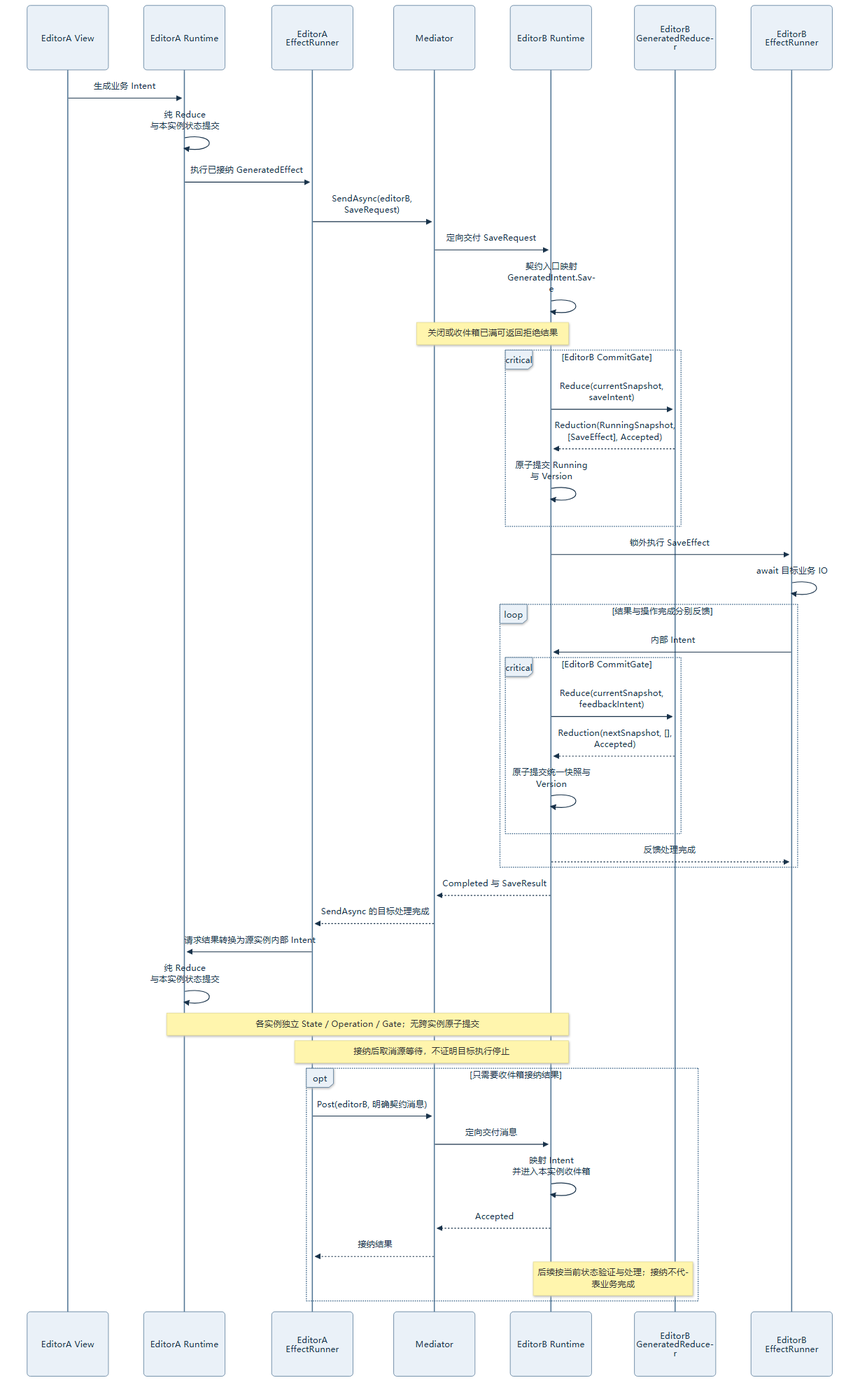
Above: docs/mvi-next/diagrams/mediator-sequence.png in MiKiNuo/MVI (Mermaid), before the change. Its source is kept beside it as docs/mvi-next/diagrams/mediator-sequence.mmd. Its diagram source:
```mermaid
sequenceDiagram
    participant View as EditorA View
    participant Source as EditorA Runtime
    participant SourceRunner as EditorA EffectRunner
    participant Mediator as Mediator
    participant Target as EditorB Runtime
    participant Reducer as EditorB GeneratedReducer
    participant TargetRunner as EditorB EffectRunner

    View->>Source: 生成业务 Intent
    Source->>Source: 纯 Reduce 与本实例状态提交
    Source->>SourceRunner: 执行已接纳 GeneratedEffect
    SourceRunner->>Mediator: SendAsync(editorB, SaveRequest)
    Mediator->>Target: 定向交付 SaveRequest
    Target->>Target: 契约入口映射 GeneratedIntent.Save
    Note over Mediator,Target: 关闭或收件箱已满可返回拒绝结果
    critical EditorB CommitGate
        Target->>Reducer: Reduce(currentSnapshot, saveIntent)
        Reducer-->>Target: Reduction(RunningSnapshot, [SaveEffect], Accepted)
        Target->>Target: 原子提交 Running 与 Version
    end
    Target->>TargetRunner: 锁外执行 SaveEffect
    TargetRunner->>TargetRunner: await 目标业务 IO
    loop 结果与操作完成分别反馈
        TargetRunner->>Target: 内部 Intent
        critical EditorB CommitGate
            Target->>Reducer: Reduce(currentSnapshot, feedbackIntent)
            Reducer-->>Target: Reduction(nextSnapshot, [], Accepted)
            Target->>Target: 原子提交统一快照与 Version
        end
        Target-->>TargetRunner: 反馈处理完成
    end
    Target-->>Mediator: Completed 与 SaveResult
    Mediator-->>SourceRunner: SendAsync 的目标处理完成
    SourceRunner->>Source: 请求结果转换为源实例内部 Intent
    Source->>Source: 纯 Reduce 与本实例状态提交
    Note over Source,Target: 各实例独立 State / Operation / Gate；无跨实例原子提交
    Note over SourceRunner,Target: 接纳后取消源等待，不证明目标执行停止

    opt 只需要收件箱接纳结果
        SourceRunner->>Mediator: Post(editorB, 明确契约消息)
        Mediator->>Target: 定向交付消息
        Target->>Target: 映射 Intent 并进入本实例收件箱
        Target-->>Mediator: Accepted
        Mediator-->>SourceRunner: 接纳结果
        Note over Target,Reducer: 后续按当前状态验证与处理；接纳不代表业务完成
    end
```
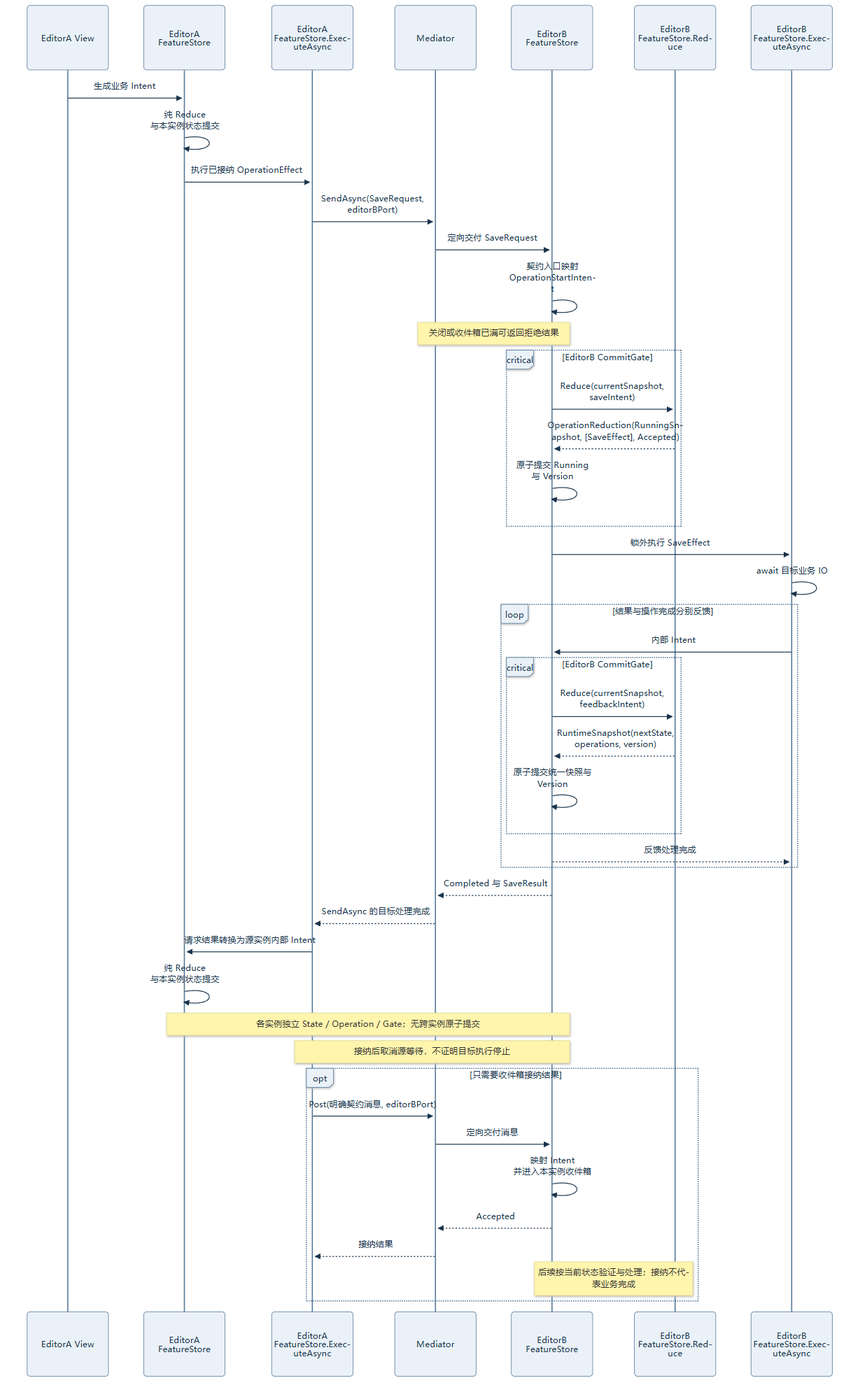
After the change.

What changed in the source:
```diff
@@ -1,22 +1,22 @@
 sequenceDiagram
     participant View as EditorA View
-    participant Source as EditorA Runtime
-    participant SourceRunner as EditorA EffectRunner
+    participant Source as EditorA FeatureStore
+    participant SourceRunner as EditorA FeatureStore.ExecuteAsync
     participant Mediator as Mediator
-    participant Target as EditorB Runtime
-    participant Reducer as EditorB GeneratedReducer
-    participant TargetRunner as EditorB EffectRunner
+    participant Target as EditorB FeatureStore
+    participant Reducer as EditorB FeatureStore.Reduce
+    participant TargetRunner as EditorB FeatureStore.ExecuteAsync
 
     View->>Source: 生成业务 Intent
     Source->>Source: 纯 Reduce 与本实例状态提交
-    Source->>SourceRunner: 执行已接纳 GeneratedEffect
-    SourceRunner->>Mediator: SendAsync(editorB, SaveRequest)
+    Source->>SourceRunner: 执行已接纳 OperationEffect
+    SourceRunner->>Mediator: SendAsync(SaveRequest, editorBPort)
     Mediator->>Target: 定向交付 SaveRequest
-    Target->>Target: 契约入口映射 GeneratedIntent.Save
+    Target->>Target: 契约入口映射 OperationStartIntent
     Note over Mediator,Target: 关闭或收件箱已满可返回拒绝结果
     critical EditorB CommitGate
         Target->>Reducer: Reduce(currentSnapshot, saveIntent)
-        Reducer-->>Target: Reduction(RunningSnapshot, [SaveEffect], Accepted)
+        Reducer-->>Target: OperationReduction(RunningSnapshot, [SaveEffect], Accepted)
         Target->>Target: 原子提交 Running 与 Version
     end
     Target->>TargetRunner: 锁外执行 SaveEffect
@@ -25,7 +25,7 @@
         TargetRunner->>Target: 内部 Intent
         critical EditorB CommitGate
             Target->>Reducer: Reduce(currentSnapshot, feedbackIntent)
-            Reducer-->>Target: Reduction(nextSnapshot, [], Accepted)
+            Reducer-->>Target: RuntimeSnapshot(nextState, operations, version)
             Target->>Target: 原子提交统一快照与 Version
         end
         Target-->>TargetRunner: 反馈处理完成
@@ -38,7 +38,7 @@
     Note over SourceRunner,Target: 接纳后取消源等待，不证明目标执行停止
 
     opt 只需要收件箱接纳结果
-        SourceRunner->>Mediator: Post(editorB, 明确契约消息)
+        SourceRunner->>Mediator: Post(明确契约消息, editorBPort)
         Mediator->>Target: 定向交付消息
         Target->>Target: 映射 Intent 并进入本实例收件箱
         Target-->>Mediator: Accepted
```
